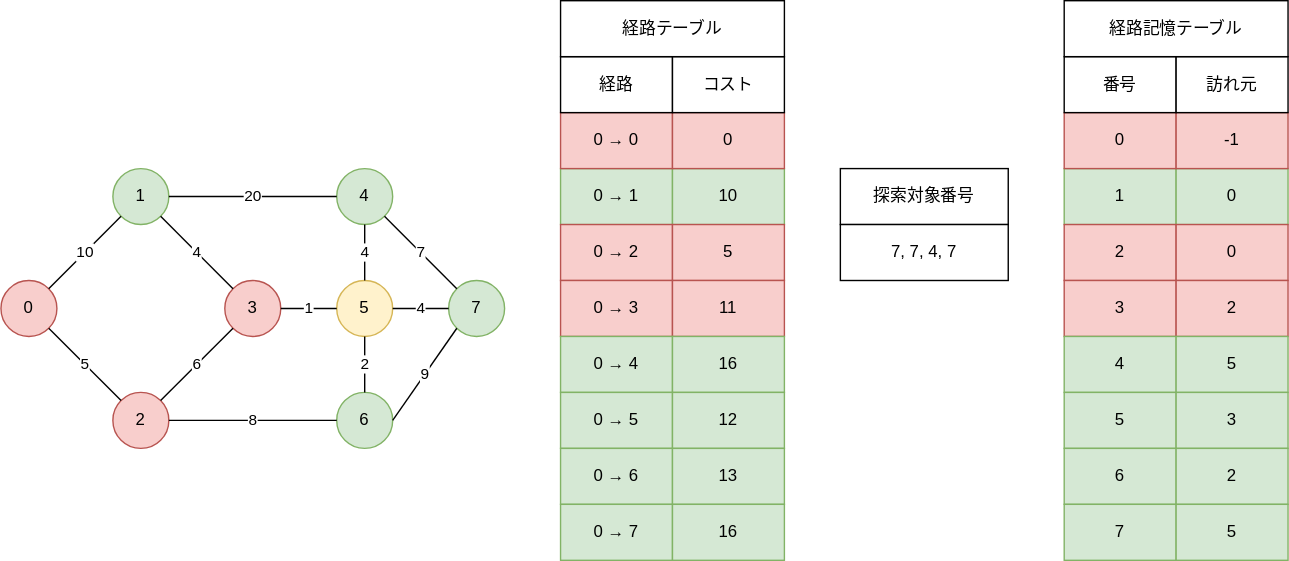
Above: img/svg/Algorithm/dijkstra/dijkstra-20.drawio.svg in koseki2580/study-docs (draw.io), before the change. Source tidied: cells renumbered, new cells last; positions are measured from the earlier drawing's top-left corner, leaving out a move shared by most shapes. Its diagram source:
```xml
<mxGraphModel>
  <root>
    <mxCell id="0" />
    <mxCell id="1" parent="0" />
    <mxCell id="2" value="0" style="ellipse;whiteSpace=wrap;html=1;fillColor=#f8cecc;strokeColor=#b85450;" parent="1" vertex="1">
      <mxGeometry y="200" width="40" height="40" as="geometry" />
    </mxCell>
    <mxCell id="3" value="1" style="ellipse;whiteSpace=wrap;html=1;fillColor=#d5e8d4;strokeColor=#82b366;" parent="1" vertex="1">
      <mxGeometry x="80" y="120" width="40" height="40" as="geometry" />
    </mxCell>
    <mxCell id="4" value="2" style="ellipse;whiteSpace=wrap;html=1;fillColor=#f8cecc;strokeColor=#b85450;" parent="1" vertex="1">
      <mxGeometry x="80" y="280" width="40" height="40" as="geometry" />
    </mxCell>
    <mxCell id="5" value="3" style="ellipse;whiteSpace=wrap;html=1;fillColor=#f8cecc;strokeColor=#b85450;" parent="1" vertex="1">
      <mxGeometry x="160" y="200" width="40" height="40" as="geometry" />
    </mxCell>
    <mxCell id="6" value="6" style="ellipse;whiteSpace=wrap;html=1;fillColor=#d5e8d4;strokeColor=#82b366;" parent="1" vertex="1">
      <mxGeometry x="240" y="280" width="40" height="40" as="geometry" />
    </mxCell>
    <mxCell id="7" value="5" style="ellipse;whiteSpace=wrap;html=1;fillColor=#fff2cc;strokeColor=#d6b656;" parent="1" vertex="1">
      <mxGeometry x="240" y="200" width="40" height="40" as="geometry" />
    </mxCell>
    <mxCell id="8" value="4" style="ellipse;whiteSpace=wrap;html=1;fillColor=#d5e8d4;strokeColor=#82b366;" parent="1" vertex="1">
      <mxGeometry x="240" y="120" width="40" height="40" as="geometry" />
    </mxCell>
    <mxCell id="9" value="7" style="ellipse;whiteSpace=wrap;html=1;fillColor=#d5e8d4;strokeColor=#82b366;" parent="1" vertex="1">
      <mxGeometry x="320" y="200" width="40" height="40" as="geometry" />
    </mxCell>
    <mxCell id="10" value="5" style="endArrow=none;html=1;exitX=1;exitY=1;exitDx=0;exitDy=0;entryX=0;entryY=0;entryDx=0;entryDy=0;" parent="1" edge="1" source="2" target="4">
      <mxGeometry relative="1" as="geometry" />
    </mxCell>
    <mxCell id="11" value="10" style="endArrow=none;html=1;exitX=1;exitY=0;exitDx=0;exitDy=0;entryX=0;entryY=1;entryDx=0;entryDy=0;" parent="1" edge="1" source="2" target="3">
      <mxGeometry relative="1" as="geometry" />
    </mxCell>
    <mxCell id="12" value="4" style="endArrow=none;html=1;exitX=0;exitY=0;exitDx=0;exitDy=0;entryX=1;entryY=1;entryDx=0;entryDy=0;" parent="1" edge="1" source="5" target="3">
      <mxGeometry relative="1" as="geometry" />
    </mxCell>
    <mxCell id="13" value="6" style="endArrow=none;html=1;exitX=0;exitY=1;exitDx=0;exitDy=0;entryX=1;entryY=0;entryDx=0;entryDy=0;" parent="1" edge="1" source="5" target="4">
      <mxGeometry relative="1" as="geometry" />
    </mxCell>
    <mxCell id="14" value="8" style="endArrow=none;html=1;exitX=0;exitY=0.5;exitDx=0;exitDy=0;entryX=1;entryY=0.5;entryDx=0;entryDy=0;" parent="1" edge="1" source="6" target="4">
      <mxGeometry relative="1" as="geometry" />
    </mxCell>
    <mxCell id="15" value="2" style="endArrow=none;html=1;exitX=0.5;exitY=0;exitDx=0;exitDy=0;" parent="1" edge="1" source="6" target="7">
      <mxGeometry relative="1" as="geometry" />
    </mxCell>
    <mxCell id="16" value="1" style="endArrow=none;html=1;exitX=0;exitY=0.5;exitDx=0;exitDy=0;entryX=1;entryY=0.5;entryDx=0;entryDy=0;" parent="1" edge="1" source="7" target="5">
      <mxGeometry relative="1" as="geometry" />
    </mxCell>
    <mxCell id="17" value="4" style="endArrow=none;html=1;exitX=0.5;exitY=0;exitDx=0;exitDy=0;entryX=0.5;entryY=1;entryDx=0;entryDy=0;exitPerimeter=0;" parent="1" edge="1" source="7" target="8">
      <mxGeometry relative="1" as="geometry" />
    </mxCell>
    <mxCell id="18" value="20" style="endArrow=none;html=1;exitX=0;exitY=0.5;exitDx=0;exitDy=0;entryX=1;entryY=0.5;entryDx=0;entryDy=0;" parent="1" edge="1" source="8" target="3">
      <mxGeometry relative="1" as="geometry" />
    </mxCell>
    <mxCell id="19" value="7" style="endArrow=none;html=1;exitX=0;exitY=0;exitDx=0;exitDy=0;entryX=1;entryY=1;entryDx=0;entryDy=0;" parent="1" edge="1" source="9" target="8">
      <mxGeometry relative="1" as="geometry" />
    </mxCell>
    <mxCell id="20" value="9" style="endArrow=none;html=1;exitX=0;exitY=1;exitDx=0;exitDy=0;entryX=1;entryY=0.5;entryDx=0;entryDy=0;" parent="1" edge="1" source="9" target="6">
      <mxGeometry relative="1" as="geometry" />
    </mxCell>
    <mxCell id="21" value="4" style="endArrow=none;html=1;exitX=0;exitY=0.5;exitDx=0;exitDy=0;entryX=1;entryY=0.5;entryDx=0;entryDy=0;" parent="1" edge="1" source="9" target="7">
      <mxGeometry relative="1" as="geometry" />
    </mxCell>
    <mxCell id="22" value="0 → 1" style="rounded=0;whiteSpace=wrap;html=1;fillColor=#d5e8d4;strokeColor=#82b366;" parent="1" vertex="1">
      <mxGeometry x="400" y="120" width="80" height="40" as="geometry" />
    </mxCell>
    <mxCell id="23" value="10" style="rounded=0;whiteSpace=wrap;html=1;fillColor=#d5e8d4;strokeColor=#82b366;" parent="1" vertex="1">
      <mxGeometry x="480" y="120" width="80" height="40" as="geometry" />
    </mxCell>
    <mxCell id="24" value="0 → 2" style="rounded=0;whiteSpace=wrap;html=1;fillColor=#f8cecc;strokeColor=#b85450;" parent="1" vertex="1">
      <mxGeometry x="400" y="160" width="80" height="40" as="geometry" />
    </mxCell>
    <mxCell id="25" value="5" style="rounded=0;whiteSpace=wrap;html=1;fillColor=#f8cecc;strokeColor=#b85450;" parent="1" vertex="1">
      <mxGeometry x="480" y="160" width="80" height="40" as="geometry" />
    </mxCell>
    <mxCell id="26" value="0 → 3" style="rounded=0;whiteSpace=wrap;html=1;fillColor=#f8cecc;strokeColor=#b85450;" parent="1" vertex="1">
      <mxGeometry x="400" y="200" width="80" height="40" as="geometry" />
    </mxCell>
    <mxCell id="27" value="11" style="rounded=0;whiteSpace=wrap;html=1;fillColor=#f8cecc;strokeColor=#b85450;" parent="1" vertex="1">
      <mxGeometry x="480" y="200" width="80" height="40" as="geometry" />
    </mxCell>
    <mxCell id="28" value="0 → 4" style="rounded=0;whiteSpace=wrap;html=1;fillColor=#d5e8d4;strokeColor=#82b366;" parent="1" vertex="1">
      <mxGeometry x="400" y="240" width="80" height="40" as="geometry" />
    </mxCell>
    <mxCell id="29" value="16" style="rounded=0;whiteSpace=wrap;html=1;fillColor=#d5e8d4;strokeColor=#82b366;" parent="1" vertex="1">
      <mxGeometry x="480" y="240" width="80" height="40" as="geometry" />
    </mxCell>
    <mxCell id="30" value="0 → 5" style="rounded=0;whiteSpace=wrap;html=1;fillColor=#d5e8d4;strokeColor=#82b366;" parent="1" vertex="1">
      <mxGeometry x="400" y="280" width="80" height="40" as="geometry" />
    </mxCell>
    <mxCell id="31" value="12" style="rounded=0;whiteSpace=wrap;html=1;fillColor=#d5e8d4;strokeColor=#82b366;" parent="1" vertex="1">
      <mxGeometry x="480" y="280" width="80" height="40" as="geometry" />
    </mxCell>
    <mxCell id="32" value="0 → 6" style="rounded=0;whiteSpace=wrap;html=1;fillColor=#d5e8d4;strokeColor=#82b366;" parent="1" vertex="1">
      <mxGeometry x="400" y="320" width="80" height="40" as="geometry" />
    </mxCell>
    <mxCell id="33" value="13" style="rounded=0;whiteSpace=wrap;html=1;fillColor=#d5e8d4;strokeColor=#82b366;" parent="1" vertex="1">
      <mxGeometry x="480" y="320" width="80" height="40" as="geometry" />
    </mxCell>
    <mxCell id="34" value="0 → 7" style="rounded=0;whiteSpace=wrap;html=1;fillColor=#d5e8d4;strokeColor=#82b366;" parent="1" vertex="1">
      <mxGeometry x="400" y="360" width="80" height="40" as="geometry" />
    </mxCell>
    <mxCell id="35" value="16" style="rounded=0;whiteSpace=wrap;html=1;fillColor=#d5e8d4;strokeColor=#82b366;" parent="1" vertex="1">
      <mxGeometry x="480" y="360" width="80" height="40" as="geometry" />
    </mxCell>
    <mxCell id="36" value="0 → 0" style="rounded=0;whiteSpace=wrap;html=1;fillColor=#f8cecc;strokeColor=#b85450;" parent="1" vertex="1">
      <mxGeometry x="400" y="80" width="80" height="40" as="geometry" />
    </mxCell>
    <mxCell id="37" value="0" style="rounded=0;whiteSpace=wrap;html=1;fillColor=#f8cecc;strokeColor=#b85450;" parent="1" vertex="1">
      <mxGeometry x="480" y="80" width="80" height="40" as="geometry" />
    </mxCell>
    <mxCell id="38" value="経路" style="rounded=0;whiteSpace=wrap;html=1;" parent="1" vertex="1">
      <mxGeometry x="400" y="40" width="80" height="40" as="geometry" />
    </mxCell>
    <mxCell id="39" value="コスト" style="rounded=0;whiteSpace=wrap;html=1;" parent="1" vertex="1">
      <mxGeometry x="480" y="40" width="80" height="40" as="geometry" />
    </mxCell>
    <mxCell id="40" value="探索対象番号" style="rounded=0;whiteSpace=wrap;html=1;" parent="1" vertex="1">
      <mxGeometry x="600" y="120" width="120" height="40" as="geometry" />
    </mxCell>
    <mxCell id="41" value="7, 7, 4, 7" style="rounded=0;whiteSpace=wrap;html=1;" parent="1" vertex="1">
      <mxGeometry x="600" y="160" width="120" height="40" as="geometry" />
    </mxCell>
    <mxCell id="42" value="経路テーブル" style="rounded=0;whiteSpace=wrap;html=1;" parent="1" vertex="1">
      <mxGeometry x="400" width="160" height="40" as="geometry" />
    </mxCell>
    <mxCell id="43" value="1" style="rounded=0;whiteSpace=wrap;html=1;fillColor=#d5e8d4;strokeColor=#82b366;" parent="1" vertex="1">
      <mxGeometry x="760" y="120" width="80" height="40" as="geometry" />
    </mxCell>
    <mxCell id="44" value="0" style="rounded=0;whiteSpace=wrap;html=1;fillColor=#d5e8d4;strokeColor=#82b366;" parent="1" vertex="1">
      <mxGeometry x="840" y="120" width="80" height="40" as="geometry" />
    </mxCell>
    <mxCell id="45" value="2" style="rounded=0;whiteSpace=wrap;html=1;fillColor=#f8cecc;strokeColor=#b85450;" parent="1" vertex="1">
      <mxGeometry x="760" y="160" width="80" height="40" as="geometry" />
    </mxCell>
    <mxCell id="46" value="0" style="rounded=0;whiteSpace=wrap;html=1;fillColor=#f8cecc;strokeColor=#b85450;" parent="1" vertex="1">
      <mxGeometry x="840" y="160" width="80" height="40" as="geometry" />
    </mxCell>
    <mxCell id="47" value="3" style="rounded=0;whiteSpace=wrap;html=1;fillColor=#f8cecc;strokeColor=#b85450;" parent="1" vertex="1">
      <mxGeometry x="760" y="200" width="80" height="40" as="geometry" />
    </mxCell>
    <mxCell id="48" value="2" style="rounded=0;whiteSpace=wrap;html=1;fillColor=#f8cecc;strokeColor=#b85450;" parent="1" vertex="1">
      <mxGeometry x="840" y="200" width="80" height="40" as="geometry" />
    </mxCell>
    <mxCell id="49" value="4" style="rounded=0;whiteSpace=wrap;html=1;fillColor=#d5e8d4;strokeColor=#82b366;" parent="1" vertex="1">
      <mxGeometry x="760" y="240" width="80" height="40" as="geometry" />
    </mxCell>
    <mxCell id="50" value="5" style="rounded=0;whiteSpace=wrap;html=1;fillColor=#d5e8d4;strokeColor=#82b366;" parent="1" vertex="1">
      <mxGeometry x="840" y="240" width="80" height="40" as="geometry" />
    </mxCell>
    <mxCell id="51" value="5" style="rounded=0;whiteSpace=wrap;html=1;fillColor=#d5e8d4;strokeColor=#82b366;" parent="1" vertex="1">
      <mxGeometry x="760" y="280" width="80" height="40" as="geometry" />
    </mxCell>
    <mxCell id="52" value="3" style="rounded=0;whiteSpace=wrap;html=1;fillColor=#d5e8d4;strokeColor=#82b366;" parent="1" vertex="1">
      <mxGeometry x="840" y="280" width="80" height="40" as="geometry" />
    </mxCell>
    <mxCell id="53" value="6" style="rounded=0;whiteSpace=wrap;html=1;fillColor=#d5e8d4;strokeColor=#82b366;" parent="1" vertex="1">
      <mxGeometry x="760" y="320" width="80" height="40" as="geometry" />
    </mxCell>
    <mxCell id="54" value="2" style="rounded=0;whiteSpace=wrap;html=1;fillColor=#d5e8d4;strokeColor=#82b366;" parent="1" vertex="1">
      <mxGeometry x="840" y="320" width="80" height="40" as="geometry" />
    </mxCell>
    <mxCell id="55" value="7" style="rounded=0;whiteSpace=wrap;html=1;fillColor=#d5e8d4;strokeColor=#82b366;" parent="1" vertex="1">
      <mxGeometry x="760" y="360" width="80" height="40" as="geometry" />
    </mxCell>
    <mxCell id="56" value="5" style="rounded=0;whiteSpace=wrap;html=1;fillColor=#d5e8d4;strokeColor=#82b366;" parent="1" vertex="1">
      <mxGeometry x="840" y="360" width="80" height="40" as="geometry" />
    </mxCell>
    <mxCell id="57" value="0" style="rounded=0;whiteSpace=wrap;html=1;strokeColor=#b85450;fillColor=#f8cecc;" parent="1" vertex="1">
      <mxGeometry x="760" y="80" width="80" height="40" as="geometry" />
    </mxCell>
    <mxCell id="58" value="-1" style="rounded=0;whiteSpace=wrap;html=1;strokeColor=#b85450;fillColor=#f8cecc;" parent="1" vertex="1">
      <mxGeometry x="840" y="80" width="80" height="40" as="geometry" />
    </mxCell>
    <mxCell id="59" value="番号" style="rounded=0;whiteSpace=wrap;html=1;" parent="1" vertex="1">
      <mxGeometry x="760" y="40" width="80" height="40" as="geometry" />
    </mxCell>
    <mxCell id="60" value="訪れ元" style="rounded=0;whiteSpace=wrap;html=1;" parent="1" vertex="1">
      <mxGeometry x="840" y="40" width="80" height="40" as="geometry" />
    </mxCell>
    <mxCell id="61" value="経路記憶テーブル" style="rounded=0;whiteSpace=wrap;html=1;" parent="1" vertex="1">
      <mxGeometry x="760" width="160" height="40" as="geometry" />
    </mxCell>
  </root>
</mxGraphModel>
```
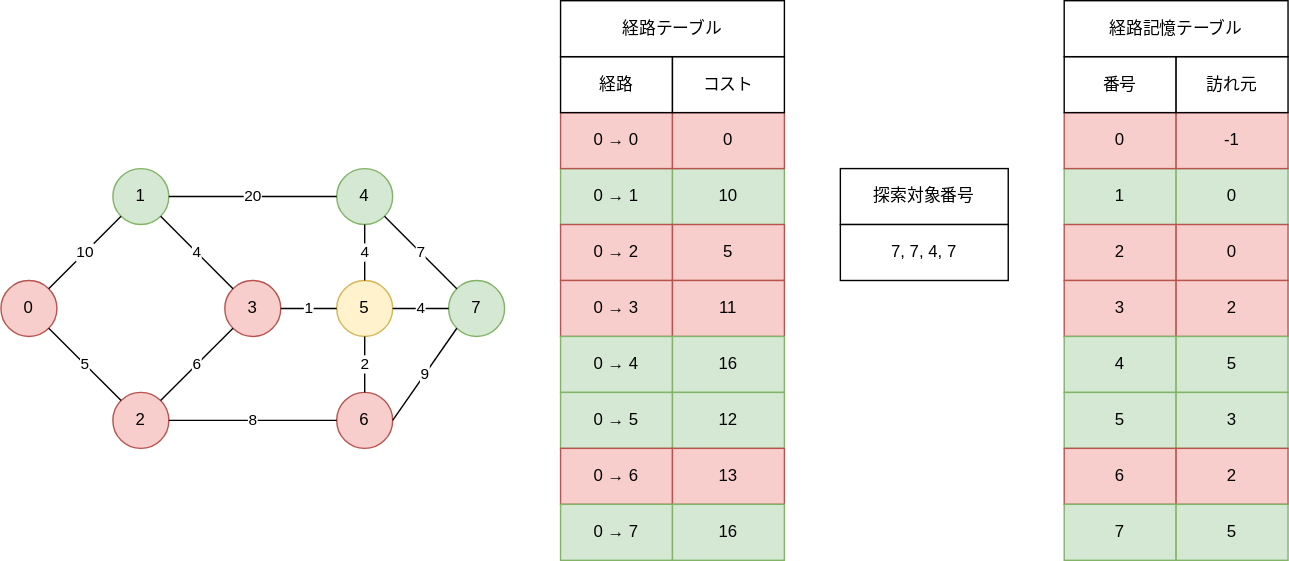
The same file after the commit.

The edit, as a diff of the source:
```diff
@@ -14,7 +14,7 @@
     <mxCell id="5" value="3" style="ellipse;whiteSpace=wrap;html=1;fillColor=#f8cecc;strokeColor=#b85450;" parent="1" vertex="1">
       <mxGeometry x="160" y="200" width="40" height="40" as="geometry" />
     </mxCell>
-    <mxCell id="6" value="6" style="ellipse;whiteSpace=wrap;html=1;fillColor=#d5e8d4;strokeColor=#82b366;" parent="1" vertex="1">
+    <mxCell id="6" value="6" style="ellipse;whiteSpace=wrap;html=1;fillColor=#f8cecc;strokeColor=#b85450;" parent="1" vertex="1">
       <mxGeometry x="240" y="280" width="40" height="40" as="geometry" />
     </mxCell>
     <mxCell id="7" value="5" style="ellipse;whiteSpace=wrap;html=1;fillColor=#fff2cc;strokeColor=#d6b656;" parent="1" vertex="1">
@@ -92,10 +92,10 @@
     <mxCell id="31" value="12" style="rounded=0;whiteSpace=wrap;html=1;fillColor=#d5e8d4;strokeColor=#82b366;" parent="1" vertex="1">
       <mxGeometry x="480" y="280" width="80" height="40" as="geometry" />
     </mxCell>
-    <mxCell id="32" value="0 → 6" style="rounded=0;whiteSpace=wrap;html=1;fillColor=#d5e8d4;strokeColor=#82b366;" parent="1" vertex="1">
+    <mxCell id="32" value="0 → 6" style="rounded=0;whiteSpace=wrap;html=1;fillColor=#f8cecc;strokeColor=#b85450;" parent="1" vertex="1">
       <mxGeometry x="400" y="320" width="80" height="40" as="geometry" />
     </mxCell>
-    <mxCell id="33" value="13" style="rounded=0;whiteSpace=wrap;html=1;fillColor=#d5e8d4;strokeColor=#82b366;" parent="1" vertex="1">
+    <mxCell id="33" value="13" style="rounded=0;whiteSpace=wrap;html=1;fillColor=#f8cecc;strokeColor=#b85450;" parent="1" vertex="1">
       <mxGeometry x="480" y="320" width="80" height="40" as="geometry" />
     </mxCell>
     <mxCell id="34" value="0 → 7" style="rounded=0;whiteSpace=wrap;html=1;fillColor=#d5e8d4;strokeColor=#82b366;" parent="1" vertex="1">
@@ -155,10 +155,10 @@
     <mxCell id="52" value="3" style="rounded=0;whiteSpace=wrap;html=1;fillColor=#d5e8d4;strokeColor=#82b366;" parent="1" vertex="1">
       <mxGeometry x="840" y="280" width="80" height="40" as="geometry" />
     </mxCell>
-    <mxCell id="53" value="6" style="rounded=0;whiteSpace=wrap;html=1;fillColor=#d5e8d4;strokeColor=#82b366;" parent="1" vertex="1">
+    <mxCell id="53" value="6" style="rounded=0;whiteSpace=wrap;html=1;fillColor=#f8cecc;strokeColor=#b85450;" parent="1" vertex="1">
       <mxGeometry x="760" y="320" width="80" height="40" as="geometry" />
     </mxCell>
-    <mxCell id="54" value="2" style="rounded=0;whiteSpace=wrap;html=1;fillColor=#d5e8d4;strokeColor=#82b366;" parent="1" vertex="1">
+    <mxCell id="54" value="2" style="rounded=0;whiteSpace=wrap;html=1;fillColor=#f8cecc;strokeColor=#b85450;" parent="1" vertex="1">
       <mxGeometry x="840" y="320" width="80" height="40" as="geometry" />
     </mxCell>
     <mxCell id="55" value="7" style="rounded=0;whiteSpace=wrap;html=1;fillColor=#d5e8d4;strokeColor=#82b366;" parent="1" vertex="1">
```
